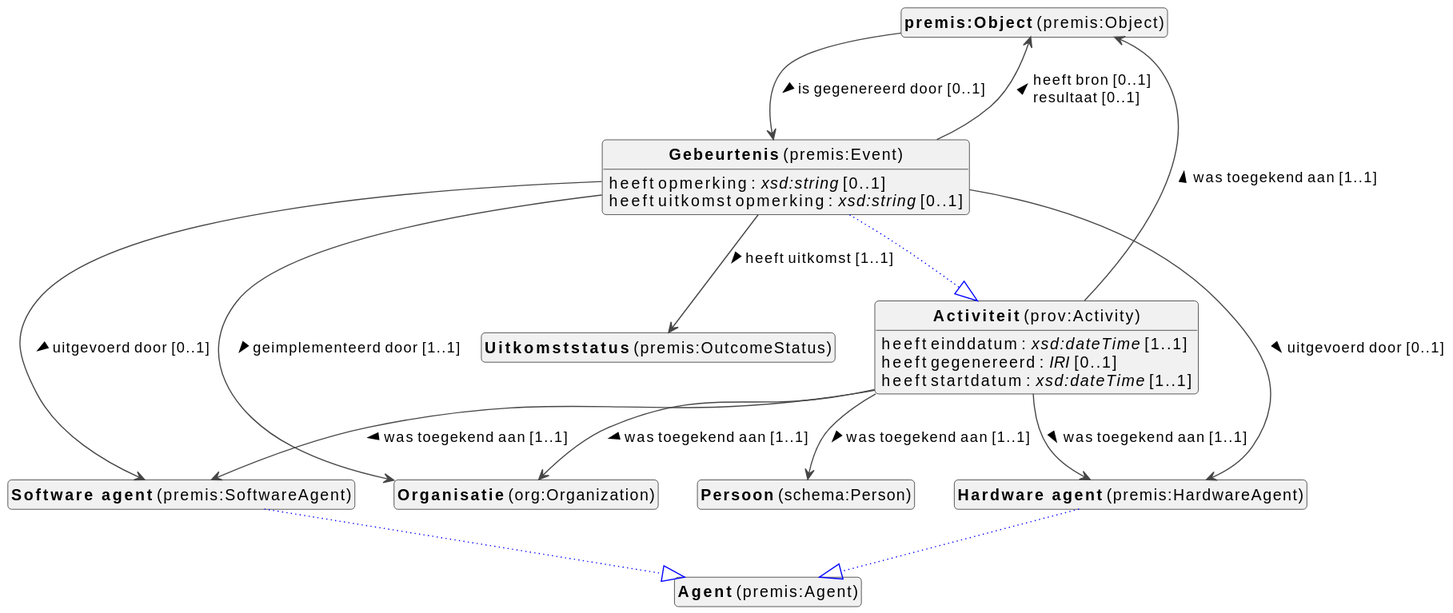
viaacode/documentation-jekyll keeps this PlantUML diagram as docs/metadata/knowledge-graph/0.0.1/events/nl/events-diagram.svg. Above is the earlier version.
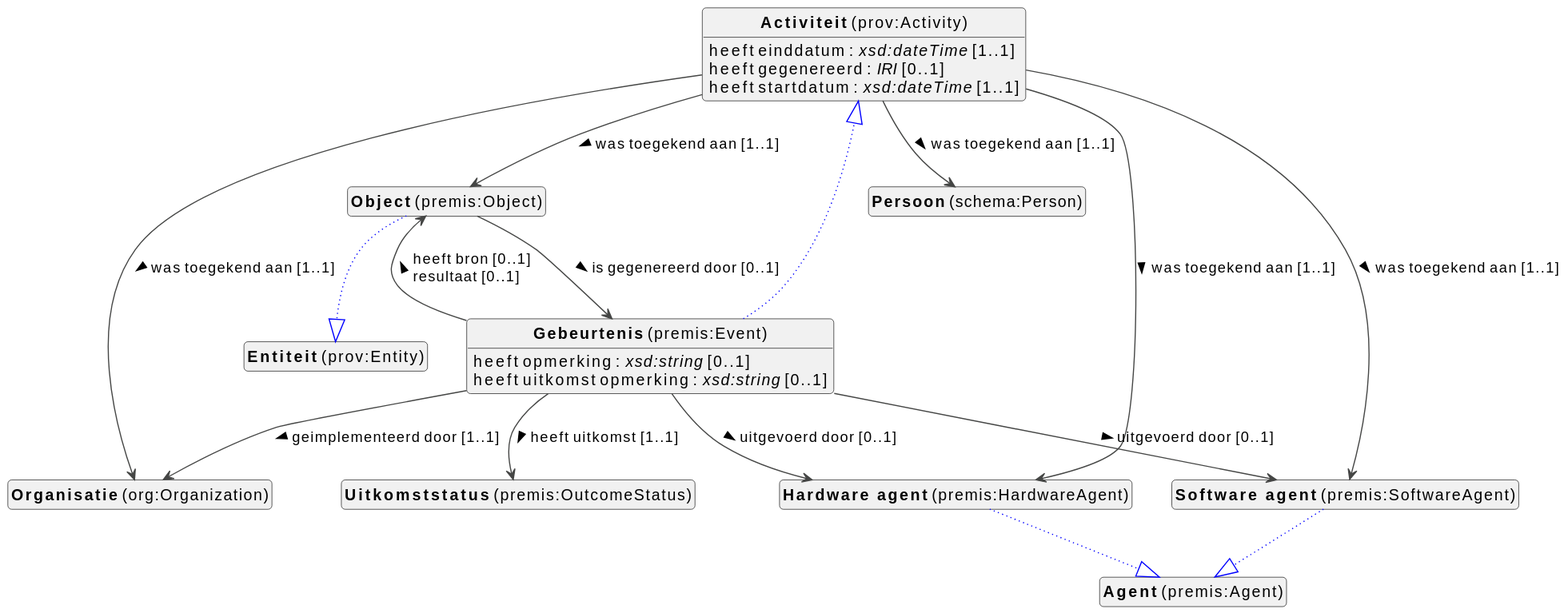
The same file after the commit.

What changed in the source:
```diff
@@ -10,7 +10,6 @@
 top to bottom direction
 
 
-class "<b>premis:Object</b> (premis:Object)" as premis_Object [[#premis%3AObject]]
 class "<b>Organisatie</b> (org:Organization)" as org_Organization [[../../organization/nl#org%3AOrganization]]
 class "<b>Persoon</b> (schema:Person)" as schema_Person [[../../organization/nl#schema%3APerson]]
 class "<b>Activiteit</b> (prov:Activity)" as prov_Activity [[#prov%3AActivity]]
@@ -18,12 +17,11 @@
 class "<b>Activiteit</b> (prov:Activity)" as prov_Activity [[#prov%3AActivity]]
 class "<b>Hardware agent</b> (premis:HardwareAgent)" as premis_HardwareAgent [[#premis%3AHardwareAgent]]
 class "<b>Agent</b> (premis:Agent)" as premis_Agent [[#premis%3AAgent]]
+class "<b>Object</b> (premis:Object)" as premis_Object [[#premis%3AObject]]
+class "<b>Entiteit</b> (prov:Entity)" as prov_Entity [[#prov%3AEntity]]
 class "<b>Software agent</b> (premis:SoftwareAgent)" as premis_SoftwareAgent [[#premis%3ASoftwareAgent]]
 class "<b>Agent</b> (premis:Agent)" as premis_Agent [[#premis%3AAgent]]
 class "<b>Uitkomststatus</b> (premis:OutcomeStatus)" as premis_OutcomeStatus [[#premis%3AOutcomeStatus]]
-
-
-premis_Object --> premis_Event :is gegenereerd door [0..1]  >
 
 
 
@@ -55,6 +53,10 @@
 premis_HardwareAgent --|> premis_Agent #blue;line.dotted;text:blue
 
 
+premis_Object --|> prov_Entity #blue;line.dotted;text:blue
+
+premis_Object --> premis_Event :is gegenereerd door [0..1]  >
+
 premis_SoftwareAgent --|> premis_Agent #blue;line.dotted;text:blue
 
 
```
